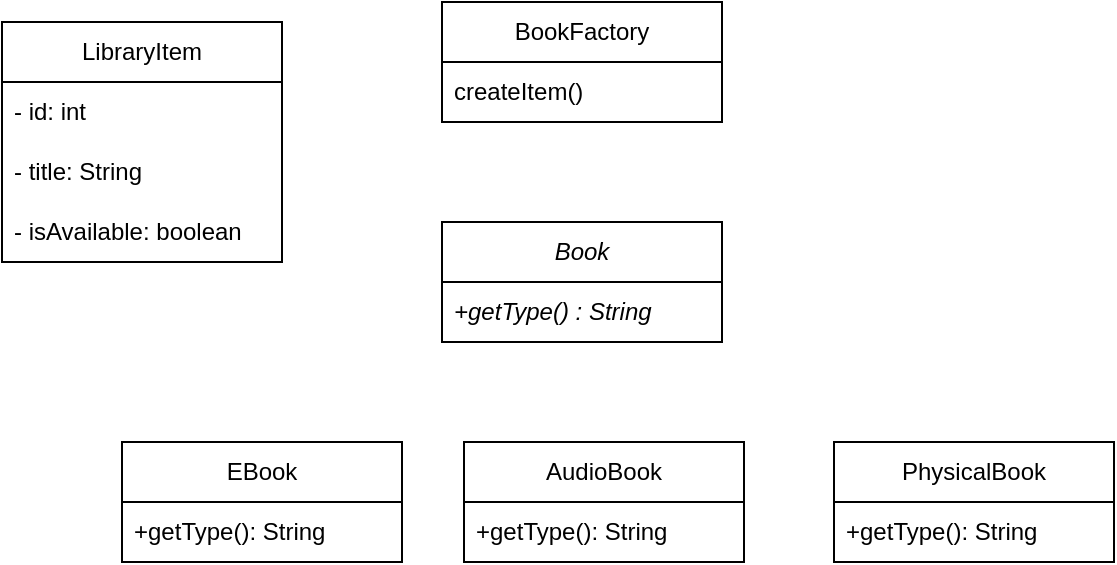
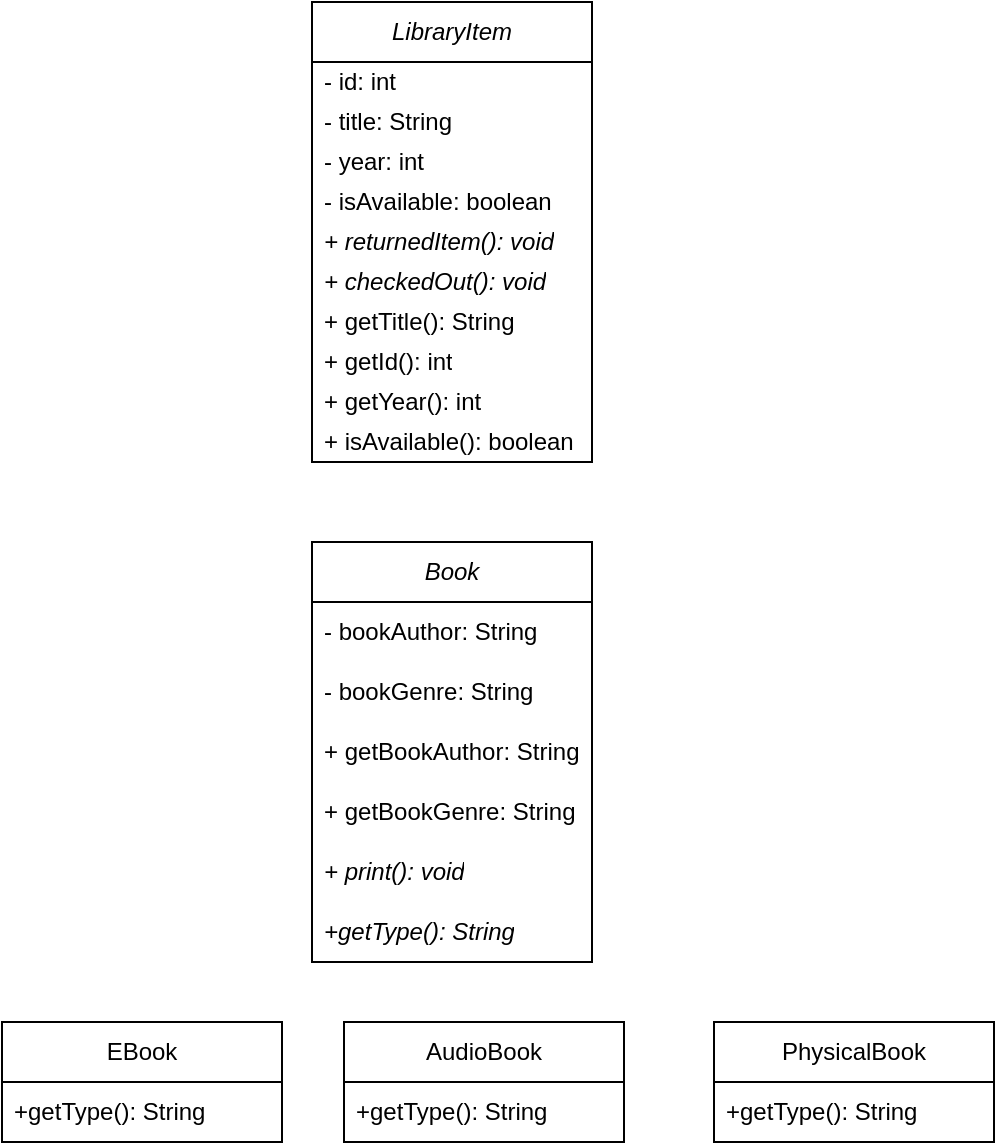
<mxfile host="app.diagrams.net">
  <diagram name="Page-1" id="liZp9pQLmbI4xr5HNtk2">
-     <mxGraphModel dx="541" dy="499" grid="1" gridSize="10" guides="1" tooltips="1" connect="1" arrows="1" fold="1" page="1" pageScale="1" pageWidth="850" pageHeight="1100" math="0" shadow="0">
+     <mxGraphModel dx="763" dy="461" grid="1" gridSize="10" guides="1" tooltips="1" connect="1" arrows="1" fold="1" page="1" pageScale="1" pageWidth="850" pageHeight="1100" math="0" shadow="0">
      <root>
        <mxCell id="0" />
        <mxCell id="1" parent="0" />
        <mxCell id="i0jjSJYL3IoF6zClCN7A-1" parent="1" style="swimlane;fontStyle=0;childLayout=stackLayout;horizontal=1;startSize=30;horizontalStack=0;resizeParent=1;resizeParentMax=0;resizeLast=0;collapsible=1;marginBottom=0;whiteSpace=wrap;html=1;" value="EBook" vertex="1">
-           <mxGeometry height="60" width="140" x="150" y="300" as="geometry" />
+           <mxGeometry height="60" width="140" x="200" y="540" as="geometry" />
        </mxCell>
        <mxCell id="i0jjSJYL3IoF6zClCN7A-2" parent="i0jjSJYL3IoF6zClCN7A-1" style="text;strokeColor=none;fillColor=none;align=left;verticalAlign=middle;spacingLeft=4;spacingRight=4;overflow=hidden;points=[[0,0.5],[1,0.5]];portConstraint=eastwest;rotatable=0;whiteSpace=wrap;html=1;" value="+getType(): String" vertex="1">
          <mxGeometry height="30" width="140" y="30" as="geometry" />
        </mxCell>
        <mxCell id="i0jjSJYL3IoF6zClCN7A-5" parent="1" style="swimlane;fontStyle=0;childLayout=stackLayout;horizontal=1;startSize=30;horizontalStack=0;resizeParent=1;resizeParentMax=0;resizeLast=0;collapsible=1;marginBottom=0;whiteSpace=wrap;html=1;" value="AudioBook" vertex="1">
-           <mxGeometry height="60" width="140" x="321" y="300" as="geometry" />
+           <mxGeometry height="60" width="140" x="371" y="540" as="geometry" />
        </mxCell>
        <mxCell id="i0jjSJYL3IoF6zClCN7A-6" parent="i0jjSJYL3IoF6zClCN7A-5" style="text;strokeColor=none;fillColor=none;align=left;verticalAlign=middle;spacingLeft=4;spacingRight=4;overflow=hidden;points=[[0,0.5],[1,0.5]];portConstraint=eastwest;rotatable=0;whiteSpace=wrap;html=1;" value="+getType(): String" vertex="1">
          <mxGeometry height="30" width="140" y="30" as="geometry" />
        </mxCell>
        <mxCell id="i0jjSJYL3IoF6zClCN7A-9" parent="1" style="swimlane;fontStyle=0;childLayout=stackLayout;horizontal=1;startSize=30;horizontalStack=0;resizeParent=1;resizeParentMax=0;resizeLast=0;collapsible=1;marginBottom=0;whiteSpace=wrap;html=1;" value="PhysicalBook" vertex="1">
-           <mxGeometry height="60" width="140" x="506" y="300" as="geometry" />
+           <mxGeometry height="60" width="140" x="556" y="540" as="geometry" />
        </mxCell>
        <mxCell id="i0jjSJYL3IoF6zClCN7A-10" parent="i0jjSJYL3IoF6zClCN7A-9" style="text;strokeColor=none;fillColor=none;align=left;verticalAlign=middle;spacingLeft=4;spacingRight=4;overflow=hidden;points=[[0,0.5],[1,0.5]];portConstraint=eastwest;rotatable=0;whiteSpace=wrap;html=1;" value="+getType(): String" vertex="1">
          <mxGeometry height="30" width="140" y="30" as="geometry" />
        </mxCell>
        <mxCell id="i0jjSJYL3IoF6zClCN7A-13" parent="1" style="swimlane;fontStyle=0;childLayout=stackLayout;horizontal=1;startSize=30;horizontalStack=0;resizeParent=1;resizeParentMax=0;resizeLast=0;collapsible=1;marginBottom=0;whiteSpace=wrap;html=1;" value="&lt;i&gt;Book&lt;/i&gt;" vertex="1">
-           <mxGeometry height="60" width="140" x="310" y="190" as="geometry" />
+           <mxGeometry height="210" width="140" x="355" y="300" as="geometry" />
        </mxCell>
-         <mxCell id="i0jjSJYL3IoF6zClCN7A-14" parent="i0jjSJYL3IoF6zClCN7A-13" style="text;strokeColor=none;fillColor=none;align=left;verticalAlign=middle;spacingLeft=4;spacingRight=4;overflow=hidden;points=[[0,0.5],[1,0.5]];portConstraint=eastwest;rotatable=0;whiteSpace=wrap;html=1;" value="&lt;i&gt;+getType() : String&lt;/i&gt;" vertex="1">
+         <mxCell id="i0jjSJYL3IoF6zClCN7A-14" parent="i0jjSJYL3IoF6zClCN7A-13" style="text;strokeColor=none;fillColor=none;align=left;verticalAlign=middle;spacingLeft=4;spacingRight=4;overflow=hidden;points=[[0,0.5],[1,0.5]];portConstraint=eastwest;rotatable=0;whiteSpace=wrap;html=1;" value="- bookAuthor: String" vertex="1">
          <mxGeometry height="30" width="140" y="30" as="geometry" />
        </mxCell>
-         <mxCell id="i0jjSJYL3IoF6zClCN7A-17" parent="1" style="swimlane;fontStyle=0;childLayout=stackLayout;horizontal=1;startSize=30;horizontalStack=0;resizeParent=1;resizeParentMax=0;resizeLast=0;collapsible=1;marginBottom=0;whiteSpace=wrap;html=1;" value="BookFactory" vertex="1">
-           <mxGeometry height="60" width="140" x="310" y="80" as="geometry" />
-         </mxCell>
-         <mxCell id="i0jjSJYL3IoF6zClCN7A-18" parent="i0jjSJYL3IoF6zClCN7A-17" style="text;strokeColor=none;fillColor=none;align=left;verticalAlign=middle;spacingLeft=4;spacingRight=4;overflow=hidden;points=[[0,0.5],[1,0.5]];portConstraint=eastwest;rotatable=0;whiteSpace=wrap;html=1;" value="createItem()" vertex="1">
-           <mxGeometry height="30" width="140" y="30" as="geometry" />
-         </mxCell>
-         <mxCell id="i0jjSJYL3IoF6zClCN7A-51" parent="1" style="swimlane;fontStyle=0;childLayout=stackLayout;horizontal=1;startSize=30;horizontalStack=0;resizeParent=1;resizeParentMax=0;resizeLast=0;collapsible=1;marginBottom=0;whiteSpace=wrap;html=1;" value="LibraryItem" vertex="1">
-           <mxGeometry height="120" width="140" x="90" y="90" as="geometry" />
-         </mxCell>
-         <mxCell id="i0jjSJYL3IoF6zClCN7A-52" parent="i0jjSJYL3IoF6zClCN7A-51" style="text;strokeColor=none;fillColor=none;align=left;verticalAlign=middle;spacingLeft=4;spacingRight=4;overflow=hidden;points=[[0,0.5],[1,0.5]];portConstraint=eastwest;rotatable=0;whiteSpace=wrap;html=1;" value="- id: int" vertex="1">
-           <mxGeometry height="30" width="140" y="30" as="geometry" />
-         </mxCell>
-         <mxCell id="i0jjSJYL3IoF6zClCN7A-53" parent="i0jjSJYL3IoF6zClCN7A-51" style="text;strokeColor=none;fillColor=none;align=left;verticalAlign=middle;spacingLeft=4;spacingRight=4;overflow=hidden;points=[[0,0.5],[1,0.5]];portConstraint=eastwest;rotatable=0;whiteSpace=wrap;html=1;" value="- title: String" vertex="1">
+         <mxCell id="a-mgKm55wF5byR7SWDle-8" parent="i0jjSJYL3IoF6zClCN7A-13" style="text;strokeColor=none;fillColor=none;align=left;verticalAlign=middle;spacingLeft=4;spacingRight=4;overflow=hidden;points=[[0,0.5],[1,0.5]];portConstraint=eastwest;rotatable=0;whiteSpace=wrap;html=1;" value="- bookGenre: String" vertex="1">
          <mxGeometry height="30" width="140" y="60" as="geometry" />
        </mxCell>
-         <mxCell id="i0jjSJYL3IoF6zClCN7A-54" parent="i0jjSJYL3IoF6zClCN7A-51" style="text;strokeColor=none;fillColor=none;align=left;verticalAlign=middle;spacingLeft=4;spacingRight=4;overflow=hidden;points=[[0,0.5],[1,0.5]];portConstraint=eastwest;rotatable=0;whiteSpace=wrap;html=1;" value="- isAvailable: boolean" vertex="1">
+         <mxCell id="a-mgKm55wF5byR7SWDle-9" parent="i0jjSJYL3IoF6zClCN7A-13" style="text;strokeColor=none;fillColor=none;align=left;verticalAlign=middle;spacingLeft=4;spacingRight=4;overflow=hidden;points=[[0,0.5],[1,0.5]];portConstraint=eastwest;rotatable=0;whiteSpace=wrap;html=1;" value="+ getBookAuthor: String" vertex="1">
          <mxGeometry height="30" width="140" y="90" as="geometry" />
+         </mxCell>
+         <mxCell id="a-mgKm55wF5byR7SWDle-10" parent="i0jjSJYL3IoF6zClCN7A-13" style="text;strokeColor=none;fillColor=none;align=left;verticalAlign=middle;spacingLeft=4;spacingRight=4;overflow=hidden;points=[[0,0.5],[1,0.5]];portConstraint=eastwest;rotatable=0;whiteSpace=wrap;html=1;" value="+ getBookGenre: String" vertex="1">
+           <mxGeometry height="30" width="140" y="120" as="geometry" />
+         </mxCell>
+         <mxCell id="a-mgKm55wF5byR7SWDle-14" parent="i0jjSJYL3IoF6zClCN7A-13" style="text;strokeColor=none;fillColor=none;align=left;verticalAlign=middle;spacingLeft=4;spacingRight=4;overflow=hidden;points=[[0,0.5],[1,0.5]];portConstraint=eastwest;rotatable=0;whiteSpace=wrap;html=1;fontStyle=2" value="+ print(): void" vertex="1">
+           <mxGeometry height="30" width="140" y="150" as="geometry" />
+         </mxCell>
+         <mxCell id="a-mgKm55wF5byR7SWDle-15" parent="i0jjSJYL3IoF6zClCN7A-13" style="text;strokeColor=none;fillColor=none;align=left;verticalAlign=middle;spacingLeft=4;spacingRight=4;overflow=hidden;points=[[0,0.5],[1,0.5]];portConstraint=eastwest;rotatable=0;whiteSpace=wrap;html=1;fontStyle=2" value="+getType(): String" vertex="1">
+           <mxGeometry height="30" width="140" y="180" as="geometry" />
+         </mxCell>
+         <mxCell id="i0jjSJYL3IoF6zClCN7A-51" parent="1" style="swimlane;fontStyle=0;childLayout=stackLayout;horizontal=1;startSize=30;horizontalStack=0;resizeParent=1;resizeParentMax=0;resizeLast=0;collapsible=1;marginBottom=0;whiteSpace=wrap;html=1;" value="&lt;i&gt;LibraryItem&lt;/i&gt;" vertex="1">
+           <mxGeometry height="230" width="140" x="355" y="30" as="geometry">
+             <mxRectangle height="30" width="100" x="90" y="90" as="alternateBounds" />
+           </mxGeometry>
+         </mxCell>
+         <mxCell id="i0jjSJYL3IoF6zClCN7A-52" parent="i0jjSJYL3IoF6zClCN7A-51" style="text;strokeColor=none;fillColor=none;align=left;verticalAlign=middle;spacingLeft=4;spacingRight=4;overflow=hidden;points=[[0,0.5],[1,0.5]];portConstraint=eastwest;rotatable=0;whiteSpace=wrap;html=1;fontStyle=0" value="- id: int" vertex="1">
+           <mxGeometry height="20" width="140" y="30" as="geometry" />
+         </mxCell>
+         <mxCell id="i0jjSJYL3IoF6zClCN7A-53" parent="i0jjSJYL3IoF6zClCN7A-51" style="text;strokeColor=none;fillColor=none;align=left;verticalAlign=middle;spacingLeft=4;spacingRight=4;overflow=hidden;points=[[0,0.5],[1,0.5]];portConstraint=eastwest;rotatable=0;whiteSpace=wrap;html=1;fontStyle=0" value="- title: String" vertex="1">
+           <mxGeometry height="20" width="140" y="50" as="geometry" />
+         </mxCell>
+         <mxCell id="a-mgKm55wF5byR7SWDle-12" parent="i0jjSJYL3IoF6zClCN7A-51" style="text;strokeColor=none;fillColor=none;align=left;verticalAlign=middle;spacingLeft=4;spacingRight=4;overflow=hidden;points=[[0,0.5],[1,0.5]];portConstraint=eastwest;rotatable=0;whiteSpace=wrap;html=1;fontStyle=0" value="- year: int" vertex="1">
+           <mxGeometry height="20" width="140" y="70" as="geometry" />
+         </mxCell>
+         <mxCell id="i0jjSJYL3IoF6zClCN7A-54" parent="i0jjSJYL3IoF6zClCN7A-51" style="text;strokeColor=none;fillColor=none;align=left;verticalAlign=middle;spacingLeft=4;spacingRight=4;overflow=hidden;points=[[0,0.5],[1,0.5]];portConstraint=eastwest;rotatable=0;whiteSpace=wrap;html=1;fontStyle=2" value="&lt;span style=&quot;font-style: normal;&quot;&gt;- isAvailable: boolean&lt;/span&gt;" vertex="1">
+           <mxGeometry height="20" width="140" y="90" as="geometry" />
+         </mxCell>
+         <mxCell id="a-mgKm55wF5byR7SWDle-2" parent="i0jjSJYL3IoF6zClCN7A-51" style="text;strokeColor=none;fillColor=none;align=left;verticalAlign=middle;spacingLeft=4;spacingRight=4;overflow=hidden;points=[[0,0.5],[1,0.5]];portConstraint=eastwest;rotatable=0;whiteSpace=wrap;html=1;fontStyle=2" value="+ returnedItem(): void" vertex="1">
+           <mxGeometry height="20" width="140" y="110" as="geometry" />
+         </mxCell>
+         <mxCell id="a-mgKm55wF5byR7SWDle-6" parent="i0jjSJYL3IoF6zClCN7A-51" style="text;strokeColor=none;fillColor=none;align=left;verticalAlign=middle;spacingLeft=4;spacingRight=4;overflow=hidden;points=[[0,0.5],[1,0.5]];portConstraint=eastwest;rotatable=0;whiteSpace=wrap;html=1;fontStyle=2" value="+ checkedOut(): void" vertex="1">
+           <mxGeometry height="20" width="140" y="130" as="geometry" />
+         </mxCell>
+         <mxCell id="a-mgKm55wF5byR7SWDle-4" parent="i0jjSJYL3IoF6zClCN7A-51" style="text;strokeColor=none;fillColor=none;align=left;verticalAlign=middle;spacingLeft=4;spacingRight=4;overflow=hidden;points=[[0,0.5],[1,0.5]];portConstraint=eastwest;rotatable=0;whiteSpace=wrap;html=1;" value="+ getTitle(): String" vertex="1">
+           <mxGeometry height="20" width="140" y="150" as="geometry" />
+         </mxCell>
+         <mxCell id="a-mgKm55wF5byR7SWDle-3" parent="i0jjSJYL3IoF6zClCN7A-51" style="text;strokeColor=none;fillColor=none;align=left;verticalAlign=middle;spacingLeft=4;spacingRight=4;overflow=hidden;points=[[0,0.5],[1,0.5]];portConstraint=eastwest;rotatable=0;whiteSpace=wrap;html=1;" value="+ getId(): int" vertex="1">
+           <mxGeometry height="20" width="140" y="170" as="geometry" />
+         </mxCell>
+         <mxCell id="a-mgKm55wF5byR7SWDle-13" parent="i0jjSJYL3IoF6zClCN7A-51" style="text;strokeColor=none;fillColor=none;align=left;verticalAlign=middle;spacingLeft=4;spacingRight=4;overflow=hidden;points=[[0,0.5],[1,0.5]];portConstraint=eastwest;rotatable=0;whiteSpace=wrap;html=1;" value="+ getYear(): int" vertex="1">
+           <mxGeometry height="20" width="140" y="190" as="geometry" />
+         </mxCell>
+         <mxCell id="a-mgKm55wF5byR7SWDle-5" parent="i0jjSJYL3IoF6zClCN7A-51" style="text;strokeColor=none;fillColor=none;align=left;verticalAlign=middle;spacingLeft=4;spacingRight=4;overflow=hidden;points=[[0,0.5],[1,0.5]];portConstraint=eastwest;rotatable=0;whiteSpace=wrap;html=1;" value="+ isAvailable(): boolean" vertex="1">
+           <mxGeometry height="20" width="140" y="210" as="geometry" />
        </mxCell>
      </root>
    </mxGraphModel>
  </diagram>
</mxfile>
